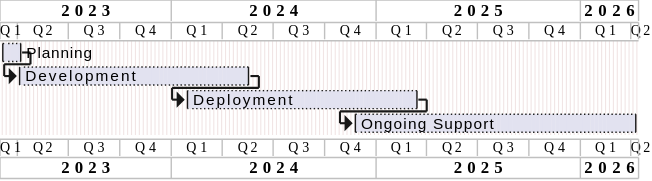
Earlier version of the PlantUML export web2/static/Images/gantt.svg (suvrotica/eco30). The source it was exported from:
```plantuml
@startgantt
projectscale quarterly
Project starts the 1st of march 2023
[Planning] as [TASK1] lasts 30 days
[Development]  as [TASK2] lasts 300 days
[Deployment]  as [TASK3] lasts 300 days
[Ongoing Support] as [TASK4] lasts 365 days
[TASK1]->[TASK2]
[TASK2]->[TASK3]
[TASK3]->[TASK4]
saturday are closed
sunday are closed
@endgantt
```
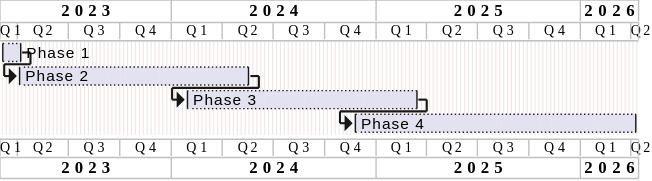
After the change.

Change to the diagram source:
```diff
@@ -1,10 +1,10 @@
 @startgantt
 projectscale quarterly
 Project starts the 1st of march 2023
-[Planning] as [TASK1] lasts 30 days
-[Development]  as [TASK2] lasts 300 days
-[Deployment]  as [TASK3] lasts 300 days
-[Ongoing Support] as [TASK4] lasts 365 days
+[Phase 1] as [TASK1] lasts 30 days
+[Phase 2]  as [TASK2] lasts 300 days
+[Phase 3]  as [TASK3] lasts 300 days
+[Phase 4] as [TASK4] lasts 365 days
 [TASK1]->[TASK2]
 [TASK2]->[TASK3]
 [TASK3]->[TASK4]
```
